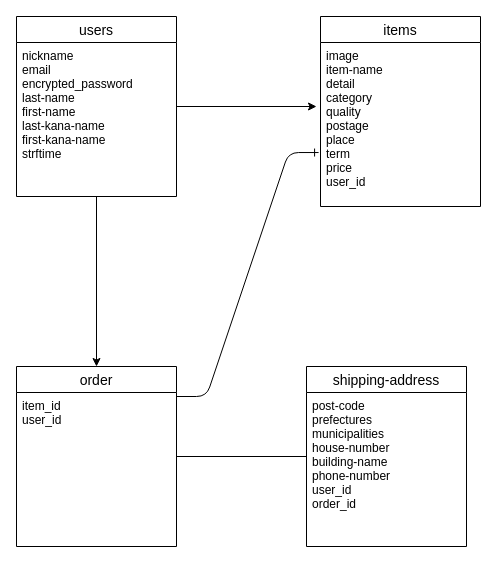
Earlier version of the draw.io diagram er.dio (akioGitHub/furima-38267). Source tidied: cells renumbered, new cells numbered last; positions are measured from the earlier drawing's top-left corner, leaving out a move shared by most shapes. Both pictures are drawn from the tidied source at 100%, with x=0, y=0 at pixel (16, 16).
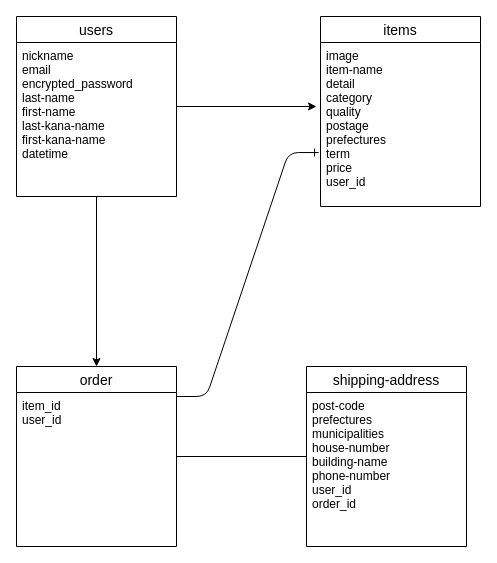
The same diagram, later.

Change to the diagram source:
```diff
@@
 <mxGraphModel>
   <root>
     <mxCell id="0" />
     <mxCell id="1" parent="0" />
     <mxCell id="2" style="edgeStyle=none;html=1;" parent="1" edge="1" source="3">
       <mxGeometry relative="1" as="geometry">
         <mxPoint x="300" y="90" as="targetPoint" />
       </mxGeometry>
     </mxCell>
     <mxCell id="3" value="users" style="swimlane;fontStyle=0;horizontal=1;startSize=26;align=center;fontSize=14;" parent="1" vertex="1">
       <mxGeometry width="160" height="180" as="geometry" />
     </mxCell>
-    <mxCell id="4" value="nickname&#10;email&#10;encrypted_password&#10;last-name&#10;first-name&#10;last-kana-name&#10;first-kana-name&#10;strftime&#10;&#10;" style="text;strokeColor=none;fillColor=none;spacingLeft=4;spacingRight=4;overflow=hidden;points=[[0,0.5],[1,0.5]];portConstraint=eastwest;fontSize=12;" parent="3" vertex="1">
+    <mxCell id="4" value="nickname&#10;email&#10;encrypted_password&#10;last-name&#10;first-name&#10;last-kana-name&#10;first-kana-name&#10;datetime&#10;" style="text;strokeColor=none;fillColor=none;spacingLeft=4;spacingRight=4;overflow=hidden;points=[[0,0.5],[1,0.5]];portConstraint=eastwest;fontSize=12;" parent="3" vertex="1">
       <mxGeometry y="26" width="160" height="154" as="geometry" />
     </mxCell>
     <mxCell id="5" value="items" style="swimlane;fontStyle=0;horizontal=1;startSize=26;align=center;fontSize=14;" parent="1" vertex="1">
       <mxGeometry x="304" width="160" height="190" as="geometry" />
     </mxCell>
     <mxCell id="6" value="shipping-address" style="swimlane;fontStyle=0;horizontal=1;startSize=26;align=center;fontSize=14;" parent="1" vertex="1">
       <mxGeometry x="290" y="350" width="160" height="180" as="geometry" />
     </mxCell>
     <mxCell id="7" value="post-code&#10;prefectures&#10;municipalities&#10;house-number&#10;building-name&#10;phone-number&#10;user_id&#10;order_id" style="text;strokeColor=none;fillColor=none;spacingLeft=4;spacingRight=4;overflow=hidden;fontSize=12;" parent="6" vertex="1">
       <mxGeometry y="26" width="160" height="154" as="geometry" />
     </mxCell>
     <mxCell id="8" value="order" style="swimlane;fontStyle=0;horizontal=1;startSize=26;align=center;fontSize=14;" parent="1" vertex="1">
       <mxGeometry y="350" width="160" height="180" as="geometry" />
     </mxCell>
     <mxCell id="9" value="item_id&#10;user_id" style="text;strokeColor=none;fillColor=none;spacingLeft=4;spacingRight=4;overflow=hidden;fontSize=12;" parent="8" vertex="1">
       <mxGeometry y="26" width="160" height="154" as="geometry" />
     </mxCell>
     <mxCell id="10" style="edgeStyle=none;html=1;entryX=0.5;entryY=0;entryDx=0;entryDy=0;" parent="1" edge="1" source="4" target="8">
       <mxGeometry relative="1" as="geometry" />
     </mxCell>
     <mxCell id="11" style="line;strokeWidth=1;dashed=0;labelPosition=right;align=left;verticalAlign=middle;spacingTop=0;spacingLeft=6;" parent="1" vertex="1">
       <mxGeometry x="160" y="435" width="130" height="10" as="geometry" />
     </mxCell>
-    <mxCell id="12" value="image&#10;item-name&#10;detail&#10;category&#10;quality&#10;postage&#10;place&#10;term&#10;price&#10;user_id&#10;" style="text;strokeColor=none;fillColor=none;spacingLeft=4;spacingRight=4;overflow=hidden;points=[[0,0.5],[1,0.5]];portConstraint=eastwest;fontSize=12;" parent="1" vertex="1">
+    <mxCell id="12" value="image&#10;item-name&#10;detail&#10;category&#10;quality&#10;postage&#10;prefectures&#10;term&#10;price&#10;user_id&#10;" style="text;strokeColor=none;fillColor=none;spacingLeft=4;spacingRight=4;overflow=hidden;points=[[0,0.5],[1,0.5]];portConstraint=eastwest;fontSize=12;" parent="1" vertex="1">
       <mxGeometry x="304" y="26" width="160" height="164" as="geometry" />
     </mxCell>
     <mxCell id="13" style="edgeStyle=entityRelationEdgeStyle;fontSize=12;html=1;endArrow=ERone;endFill=1;entryX=-0.012;entryY=0.671;entryDx=0;entryDy=0;entryPerimeter=0;" parent="1" edge="1" target="12">
       <mxGeometry relative="1" as="geometry">
         <mxPoint x="160" y="380" as="sourcePoint" />
       </mxGeometry>
     </mxCell>
   </root>
 </mxGraphModel>
```
